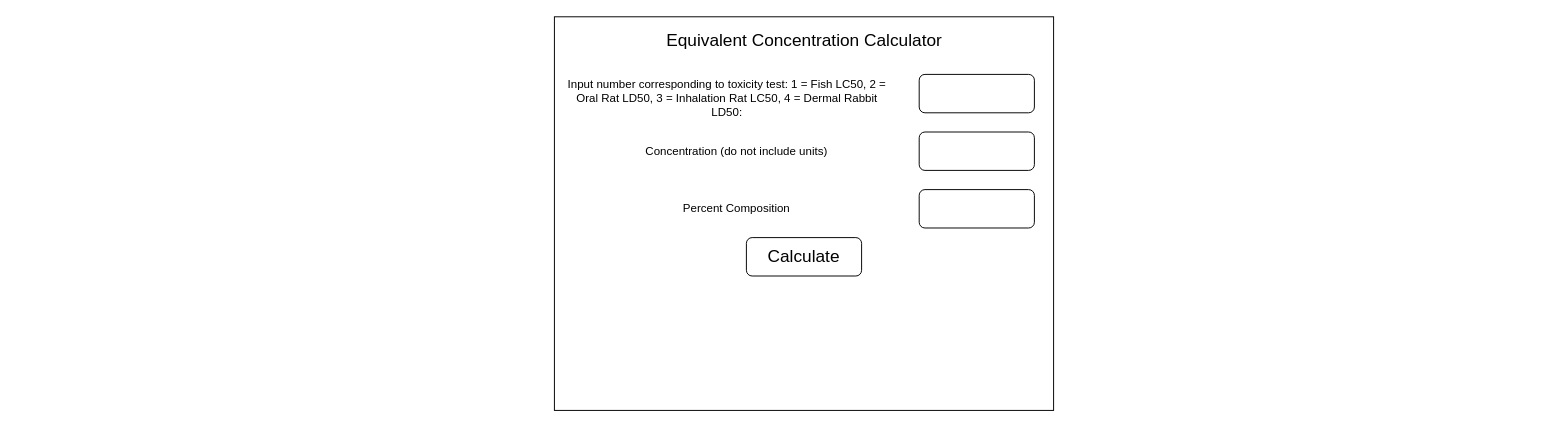
This is eq_conc_GUI.drawio from PhoenixTagal/Haku, a draw.io file, before an edit. Source tidied: cells renumbered, new cells numbered last; positions are measured from the earlier drawing's top-left corner, leaving out a move shared by most shapes. Both pictures are drawn from the tidied source at 96%, with x=0, y=0 at pixel (554, 16).
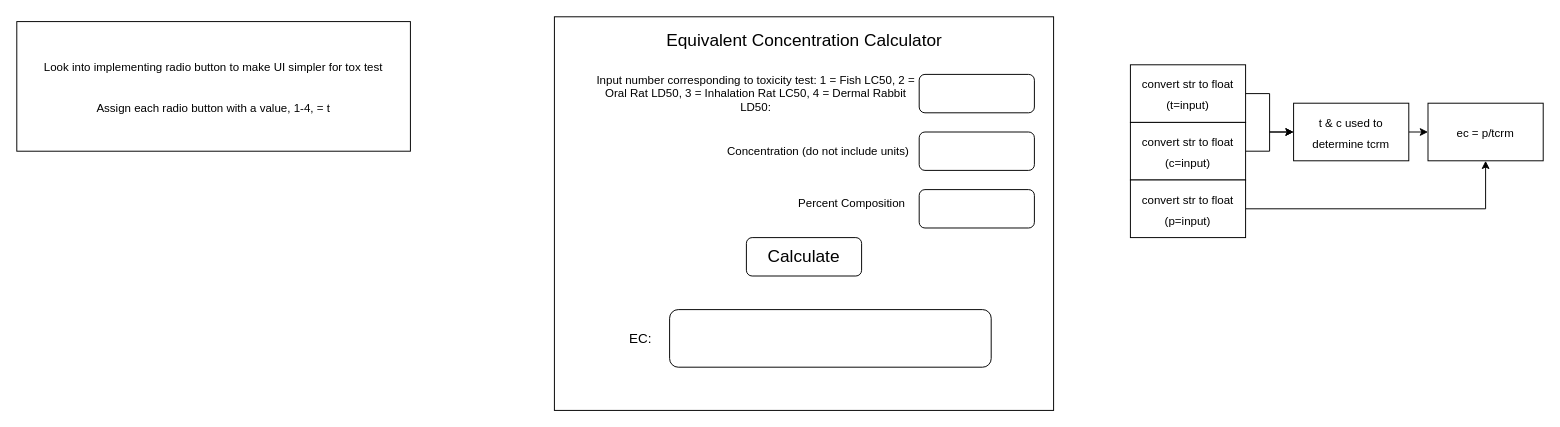
The same diagram, later.

What changed in the source:
```diff
@@
     <mxCell id="5" value="Input number corresponding to toxicity test: 1 = Fish LC50, 2 = Oral Rat LD50, 3 = Inhalation Rat LC50, 4 = Dermal Rabbit LD50:" style="text;html=1;strokeColor=none;fillColor=none;align=center;verticalAlign=middle;whiteSpace=wrap;rounded=0;" parent="1" vertex="1">
-      <mxGeometry x="10" y="70" width="340" height="30" as="geometry" />
+      <mxGeometry x="40" y="65" width="340" height="30" as="geometry" />
     </mxCell>
     <mxCell id="6" value="Concentration (do not include units)" style="text;html=1;strokeColor=none;fillColor=none;align=center;verticalAlign=middle;whiteSpace=wrap;rounded=0;" parent="1" vertex="1">
-      <mxGeometry x="10" y="125" width="360" height="30" as="geometry" />
+      <mxGeometry x="95" y="125" width="360" height="30" as="geometry" />
     </mxCell>
@@
     <mxCell id="8" value="Percent Composition" style="text;html=1;strokeColor=none;fillColor=none;align=center;verticalAlign=middle;whiteSpace=wrap;rounded=0;" parent="1" vertex="1">
-      <mxGeometry x="10" y="185" width="360" height="30" as="geometry" />
+      <mxGeometry x="130" y="180" width="360" height="30" as="geometry" />
     </mxCell>
@@
+    <mxCell id="11" style="edgeStyle=orthogonalEdgeStyle;rounded=0;jettySize=auto;html=1;exitX=1;exitY=0.5;exitDx=0;exitDy=0;entryX=0;entryY=0.5;entryDx=0;entryDy=0;fontSize=12;" parent="1" edge="1" source="12" target="19">
+      <mxGeometry relative="1" as="geometry" />
+    </mxCell>
+    <mxCell id="12" value="&lt;font style=&quot;font-size: 12px;&quot;&gt;convert str to float (t=input)&lt;/font&gt;" style="rounded=0;whiteSpace=wrap;html=1;fontSize=18;" parent="1" vertex="1">
+      <mxGeometry x="600" y="50" width="120" height="60" as="geometry" />
+    </mxCell>
+    <mxCell id="13" style="edgeStyle=orthogonalEdgeStyle;rounded=0;jettySize=auto;html=1;exitX=1;exitY=0.5;exitDx=0;exitDy=0;entryX=0;entryY=0.5;entryDx=0;entryDy=0;fontSize=12;" parent="1" edge="1" source="14" target="19">
+      <mxGeometry relative="1" as="geometry" />
+    </mxCell>
+    <mxCell id="14" value="&lt;font style=&quot;font-size: 12px;&quot;&gt;convert str to float (c=input)&lt;/font&gt;" style="rounded=0;whiteSpace=wrap;html=1;fontSize=18;" parent="1" vertex="1">
+      <mxGeometry x="600" y="110" width="120" height="60" as="geometry" />
+    </mxCell>
+    <mxCell id="15" style="edgeStyle=orthogonalEdgeStyle;rounded=0;jettySize=auto;html=1;exitX=1;exitY=0.5;exitDx=0;exitDy=0;entryX=0.5;entryY=1;entryDx=0;entryDy=0;fontSize=14;" parent="1" edge="1" source="16" target="22">
+      <mxGeometry relative="1" as="geometry" />
+    </mxCell>
+    <mxCell id="16" value="&lt;font style=&quot;font-size: 12px;&quot;&gt;convert str to float (p=input)&lt;/font&gt;" style="rounded=0;whiteSpace=wrap;html=1;fontSize=18;" parent="1" vertex="1">
+      <mxGeometry x="600" y="170" width="120" height="60" as="geometry" />
+    </mxCell>
+    <mxCell id="17" style="edgeStyle=orthogonalEdgeStyle;rounded=0;jettySize=auto;html=1;exitX=0;exitY=1;exitDx=0;exitDy=0;fontSize=12;" parent="1" edge="1" source="19">
+      <mxGeometry relative="1" as="geometry">
+        <mxPoint x="770" y="150" as="targetPoint" />
+      </mxGeometry>
+    </mxCell>
+    <mxCell id="18" style="edgeStyle=orthogonalEdgeStyle;rounded=0;jettySize=auto;html=1;exitX=1;exitY=0.5;exitDx=0;exitDy=0;entryX=0;entryY=0.5;entryDx=0;entryDy=0;fontSize=14;" parent="1" edge="1" source="19" target="22">
+      <mxGeometry relative="1" as="geometry" />
+    </mxCell>
+    <mxCell id="19" value="&lt;font style=&quot;font-size: 12px;&quot;&gt;t &amp;amp; c used to determine tcrm&lt;/font&gt;" style="rounded=0;whiteSpace=wrap;html=1;fontSize=18;" parent="1" vertex="1">
+      <mxGeometry x="770" y="90" width="120" height="60" as="geometry" />
+    </mxCell>
+    <mxCell id="20" value="&lt;font style=&quot;font-size: 14px;&quot;&gt;EC:&lt;/font&gt;" style="text;html=1;strokeColor=none;fillColor=none;align=center;verticalAlign=middle;whiteSpace=wrap;rounded=0;fontSize=12;" parent="1" vertex="1">
+      <mxGeometry x="60" y="300" width="60" height="70" as="geometry" />
+    </mxCell>
+    <mxCell id="21" style="rounded=1;whiteSpace=wrap;html=1;fontSize=14;" parent="1" vertex="1">
+      <mxGeometry x="120" y="305" width="335" height="60" as="geometry" />
+    </mxCell>
+    <mxCell id="22" value="&lt;font style=&quot;font-size: 12px;&quot;&gt;ec = p/tcrm&lt;/font&gt;" style="rounded=0;whiteSpace=wrap;html=1;fontSize=18;" parent="1" vertex="1">
+      <mxGeometry x="910" y="90" width="120" height="60" as="geometry" />
+    </mxCell>
+    <mxCell id="23" value="&lt;font style=&quot;font-size: 12px;&quot;&gt;Look into implementing radio button to make UI simpler for tox test&lt;br&gt;&lt;br&gt;Assign each radio button with a value, 1-4, = t&lt;br&gt;&lt;/font&gt;" style="rounded=0;whiteSpace=wrap;html=1;fontSize=18;" parent="1" vertex="1">
+      <mxGeometry x="-560" y="5" width="410" height="135" as="geometry" />
+    </mxCell>
```
